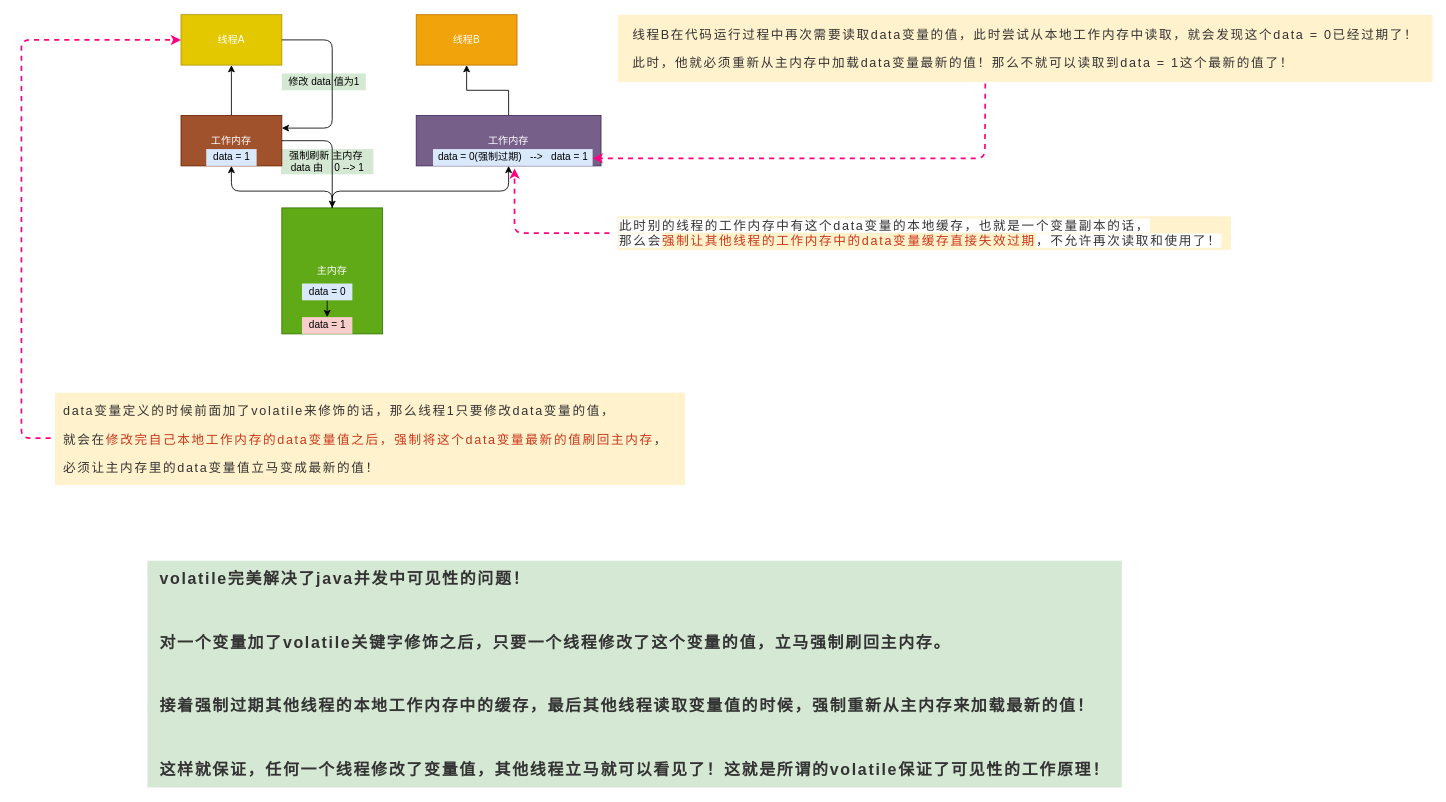
Earlier version of the draw.io diagram page "volatitle" (5 of 5) of CI/CI/moeed.drawio (liudongdong0909/draw). Source tidied: cells renumbered, new cells numbered last; positions are measured from the earlier drawing's top-left corner, leaving out a move shared by most shapes. Both pictures are drawn from the tidied source at 84%, with x=0, y=0 at pixel (21, 14).
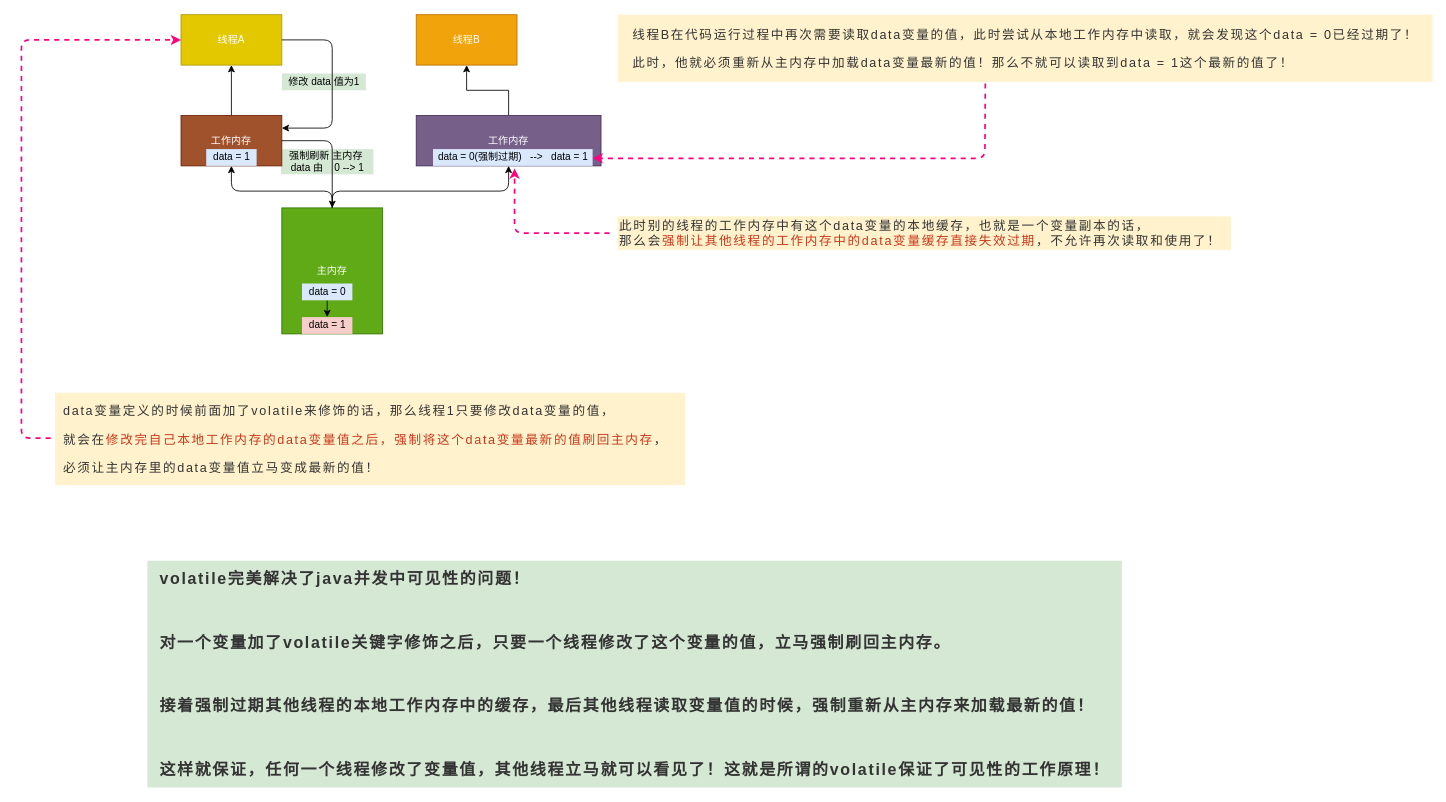
After the change.

The edit, as a diff of the source:
```diff
@@
-    <mxCell id="23" value="&lt;span style=&quot;color: rgb(51, 51, 51); font-size: 15px; letter-spacing: 2px; background-color: rgb(255, 255, 255);&quot;&gt;此时别的线程的工作内存中有这个data变量的本地缓存，也就是一个变量副本的话，&lt;br&gt;那么会&lt;/span&gt;&lt;span style=&quot;margin: 0px; padding: 0px; max-width: 100%; font-size: 15px; letter-spacing: 2px; color: rgb(201, 56, 28); box-sizing: border-box; overflow-wrap: break-word;&quot;&gt;强制让其他线程的工作内存中的data变量缓存直接失效过期&lt;/span&gt;&lt;span style=&quot;color: rgb(51, 51, 51); font-size: 15px; letter-spacing: 2px; background-color: rgb(255, 255, 255);&quot;&gt;，不允许再次读取和使用了！&lt;/span&gt;" style="text;html=1;align=left;verticalAlign=middle;fillColor=#fff2cc;" parent="1" vertex="1">
+    <mxCell id="23" value="&lt;span style=&quot;background-color: rgb(255 , 242 , 204)&quot;&gt;&lt;span style=&quot;color: rgb(51 , 51 , 51) ; font-size: 15px ; letter-spacing: 2px&quot;&gt;此时别的线程的工作内存中有这个data变量的本地缓存，也就是一个变量副本的话，&lt;br&gt;那么会&lt;/span&gt;&lt;span style=&quot;margin: 0px ; padding: 0px ; max-width: 100% ; font-size: 15px ; letter-spacing: 2px ; color: rgb(201 , 56 , 28) ; box-sizing: border-box ; overflow-wrap: break-word&quot;&gt;强制让其他线程的工作内存中的data变量缓存直接失效过期&lt;/span&gt;&lt;span style=&quot;color: rgb(51 , 51 , 51) ; font-size: 15px ; letter-spacing: 2px&quot;&gt;，不允许再次读取和使用了！&lt;/span&gt;&lt;/span&gt;" style="text;html=1;align=left;verticalAlign=middle;fillColor=#fff2cc;" parent="1" vertex="1">
       <mxGeometry x="710" y="240" width="730" height="40" as="geometry" />
     </mxCell>
```
